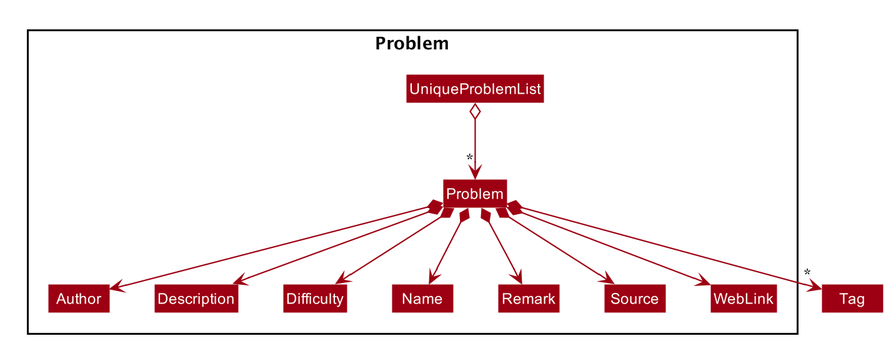
This is docs/images/design/model/ProblemPackageDiagram.png from nus-cs2103-AY1920S1/addressbook-level3, a PlantUML export, as it was before one commit.
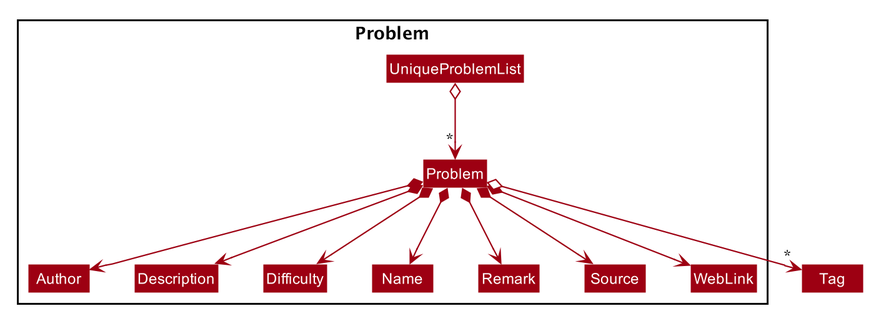
The same diagram one commit later.

Change to the diagram source:
```diff
@@ -1,4 +1,5 @@
 @startuml
+
 
 
 
@@ -73,7 +74,7 @@
 Problem *--> Remark
 Problem *--> Source
 Problem *--> WebLink
-Problem *--> "*" Tag
+Problem o--> "*" Tag
 
 
 @enduml
```
